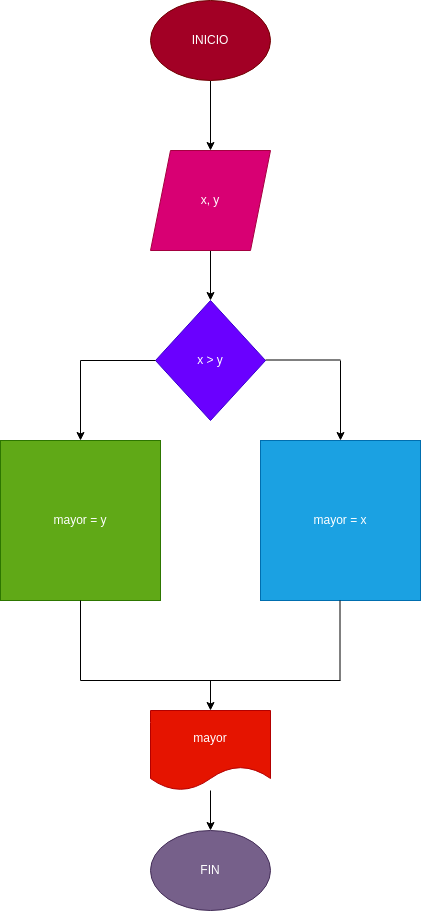
Above: diagrama.png in jonathanbenitezmayorga/mayor_enteros (draw.io), before the change. Source tidied: cells renumbered, new cells last; positions are measured from the earlier drawing's top-left corner, leaving out a move shared by most shapes. Source of this version:
```xml
<mxGraphModel>
  <root>
    <mxCell id="0" />
    <mxCell id="1" parent="0" />
    <mxCell id="2" style="edgeStyle=none;html=1;" parent="1" edge="1" source="3">
      <mxGeometry relative="1" as="geometry">
        <mxPoint x="210" y="150" as="targetPoint" />
      </mxGeometry>
    </mxCell>
    <mxCell id="3" value="INICIO" style="ellipse;whiteSpace=wrap;html=1;fillColor=#a20025;fontColor=#ffffff;strokeColor=#6F0000;" parent="1" vertex="1">
      <mxGeometry x="150" width="120" height="80" as="geometry" />
    </mxCell>
    <mxCell id="4" style="edgeStyle=none;html=1;" parent="1" edge="1" target="5">
      <mxGeometry relative="1" as="geometry">
        <mxPoint x="210" y="250" as="sourcePoint" />
      </mxGeometry>
    </mxCell>
    <mxCell id="5" value="x &amp;gt; y" style="rhombus;whiteSpace=wrap;html=1;fillColor=#6a00ff;strokeColor=#3700CC;fontColor=#ffffff;" parent="1" vertex="1">
      <mxGeometry x="155" y="300" width="110" height="120" as="geometry" />
    </mxCell>
    <mxCell id="6" style="endArrow=none;html=1;" parent="1" edge="1">
      <mxGeometry relative="1" as="geometry">
        <mxPoint x="80" y="360" as="sourcePoint" />
        <mxPoint x="155" y="360" as="targetPoint" />
      </mxGeometry>
    </mxCell>
    <mxCell id="7" style="endArrow=classic;html=1;" parent="1" edge="1">
      <mxGeometry relative="1" as="geometry">
        <mxPoint x="80" y="360" as="sourcePoint" />
        <mxPoint x="80" y="440" as="targetPoint" />
      </mxGeometry>
    </mxCell>
    <mxCell id="8" value="mayor = y" style="whiteSpace=wrap;html=1;fillColor=#60a917;fontColor=#ffffff;strokeColor=#2D7600;" parent="1" vertex="1">
      <mxGeometry y="440" width="160" height="160" as="geometry" />
    </mxCell>
    <mxCell id="9" style="endArrow=none;html=1;" parent="1" edge="1">
      <mxGeometry relative="1" as="geometry">
        <mxPoint x="265" y="359.5" as="sourcePoint" />
        <mxPoint x="340" y="359.5" as="targetPoint" />
      </mxGeometry>
    </mxCell>
    <mxCell id="10" style="endArrow=classic;html=1;" parent="1" edge="1">
      <mxGeometry relative="1" as="geometry">
        <mxPoint x="340" y="360" as="sourcePoint" />
        <mxPoint x="340" y="440" as="targetPoint" />
      </mxGeometry>
    </mxCell>
    <mxCell id="11" value="mayor = x" style="whiteSpace=wrap;html=1;fillColor=#1ba1e2;fontColor=#ffffff;strokeColor=#006EAF;" parent="1" vertex="1">
      <mxGeometry x="260" y="440" width="160" height="160" as="geometry" />
    </mxCell>
    <mxCell id="12" style="endArrow=none;html=1;" parent="1" edge="1">
      <mxGeometry relative="1" as="geometry">
        <mxPoint x="80" y="680" as="sourcePoint" />
        <mxPoint x="80" y="600" as="targetPoint" />
      </mxGeometry>
    </mxCell>
    <mxCell id="13" style="endArrow=none;html=1;" parent="1" edge="1">
      <mxGeometry relative="1" as="geometry">
        <mxPoint x="339.5" y="680" as="sourcePoint" />
        <mxPoint x="339.5" y="600" as="targetPoint" />
      </mxGeometry>
    </mxCell>
    <mxCell id="14" style="endArrow=none;html=1;" parent="1" edge="1">
      <mxGeometry relative="1" as="geometry">
        <mxPoint x="80" y="680" as="sourcePoint" />
        <mxPoint x="340" y="680" as="targetPoint" />
      </mxGeometry>
    </mxCell>
    <mxCell id="15" style="endArrow=classic;html=1;" parent="1" edge="1">
      <mxGeometry relative="1" as="geometry">
        <mxPoint x="210" y="680" as="sourcePoint" />
        <mxPoint x="210" y="710" as="targetPoint" />
      </mxGeometry>
    </mxCell>
    <mxCell id="16" value="x, y" style="shape=parallelogram;perimeter=parallelogramPerimeter;whiteSpace=wrap;html=1;fixedSize=1;fillColor=#d80073;fontColor=#ffffff;strokeColor=#A50040;" parent="1" vertex="1">
      <mxGeometry x="150" y="150" width="120" height="100" as="geometry" />
    </mxCell>
    <mxCell id="17" value="mayor" style="shape=document;whiteSpace=wrap;html=1;boundedLbl=1;fillColor=#e51400;strokeColor=#B20000;fontColor=#ffffff;" parent="1" vertex="1">
      <mxGeometry x="150" y="710" width="120" height="80" as="geometry" />
    </mxCell>
    <mxCell id="18" value="FIN" style="ellipse;whiteSpace=wrap;html=1;fillColor=#76608a;fontColor=#ffffff;strokeColor=#432D57;" parent="1" vertex="1">
      <mxGeometry x="150" y="830" width="120" height="80" as="geometry" />
    </mxCell>
    <mxCell id="19" style="endArrow=classic;html=1;" parent="1" edge="1" target="18">
      <mxGeometry relative="1" as="geometry">
        <mxPoint x="210" y="790" as="sourcePoint" />
      </mxGeometry>
    </mxCell>
  </root>
</mxGraphModel>
```
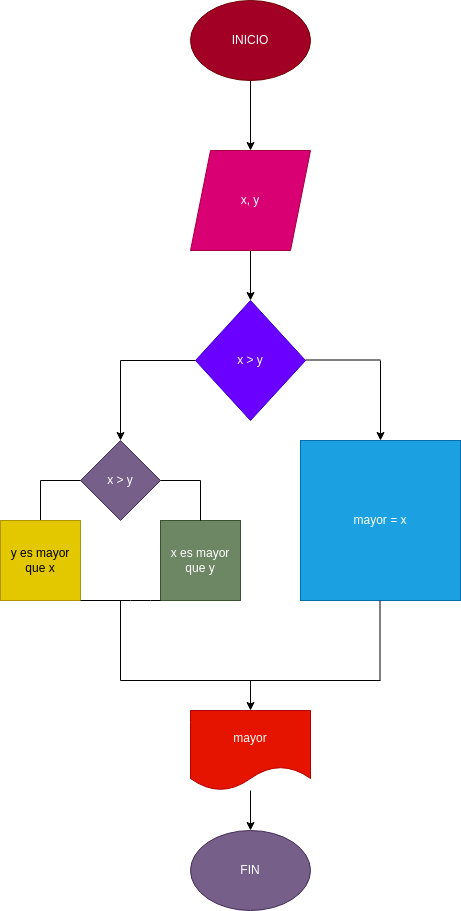
The same diagram one commit later.

What changed in the source:
```diff
@@ -30,9 +30,6 @@
         <mxPoint x="80" y="440" as="targetPoint" />
       </mxGeometry>
     </mxCell>
-    <mxCell id="8" value="mayor = y" style="whiteSpace=wrap;html=1;fillColor=#60a917;fontColor=#ffffff;strokeColor=#2D7600;" parent="1" vertex="1">
-      <mxGeometry y="440" width="160" height="160" as="geometry" />
-    </mxCell>
     <mxCell id="9" style="endArrow=none;html=1;" parent="1" edge="1">
       <mxGeometry relative="1" as="geometry">
         <mxPoint x="265" y="359.5" as="sourcePoint" />
@@ -86,5 +83,45 @@
         <mxPoint x="210" y="790" as="sourcePoint" />
       </mxGeometry>
     </mxCell>
+    <mxCell id="20" value="&lt;span style=&quot;color: rgb(255, 255, 255);&quot;&gt;x &amp;gt; y&lt;/span&gt;" style="rhombus;whiteSpace=wrap;html=1;fillColor=#76608a;fontColor=#ffffff;strokeColor=#432D57;" parent="1" vertex="1">
+      <mxGeometry x="40" y="440" width="80" height="80" as="geometry" />
+    </mxCell>
+    <mxCell id="21" style="endArrow=none;html=1;" parent="1" edge="1">
+      <mxGeometry relative="1" as="geometry">
+        <mxPoint x="120" y="480" as="sourcePoint" />
+        <mxPoint x="160" y="480" as="targetPoint" />
+      </mxGeometry>
+    </mxCell>
+    <mxCell id="22" value="x es mayor que y" style="whiteSpace=wrap;html=1;fillColor=#6d8764;fontColor=#ffffff;strokeColor=#3A5431;" parent="1" vertex="1">
+      <mxGeometry x="120" y="520" width="80" height="80" as="geometry" />
+    </mxCell>
+    <mxCell id="23" style="endArrow=none;html=1;entryX=0.5;entryY=0;entryDx=0;entryDy=0;" parent="1" edge="1" target="22">
+      <mxGeometry relative="1" as="geometry">
+        <mxPoint x="160" y="480" as="sourcePoint" />
+      </mxGeometry>
+    </mxCell>
+    <mxCell id="24" style="endArrow=none;html=1;" parent="1" edge="1">
+      <mxGeometry relative="1" as="geometry">
+        <mxPoint y="480" as="sourcePoint" />
+        <mxPoint x="40" y="480" as="targetPoint" />
+      </mxGeometry>
+    </mxCell>
+    <mxCell id="25" style="endArrow=none;html=1;" parent="1" edge="1">
+      <mxGeometry relative="1" as="geometry">
+        <mxPoint y="520" as="sourcePoint" />
+        <mxPoint y="480" as="targetPoint" />
+      </mxGeometry>
+    </mxCell>
+    <mxCell id="26" value="y es mayor que x" style="whiteSpace=wrap;html=1;fillColor=#e3c800;fontColor=#000000;strokeColor=#B09500;" parent="1" vertex="1">
+      <mxGeometry x="-40" y="520" width="80" height="80" as="geometry" />
+    </mxCell>
+    <mxCell id="27" style="endArrow=none;html=1;entryX=0;entryY=1;entryDx=0;entryDy=0;" parent="1" edge="1" target="22">
+      <mxGeometry relative="1" as="geometry">
+        <mxPoint x="40" y="600" as="sourcePoint" />
+        <Array as="points">
+          <mxPoint x="100" y="600" />
+        </Array>
+      </mxGeometry>
+    </mxCell>
   </root>
 </mxGraphModel>
```
